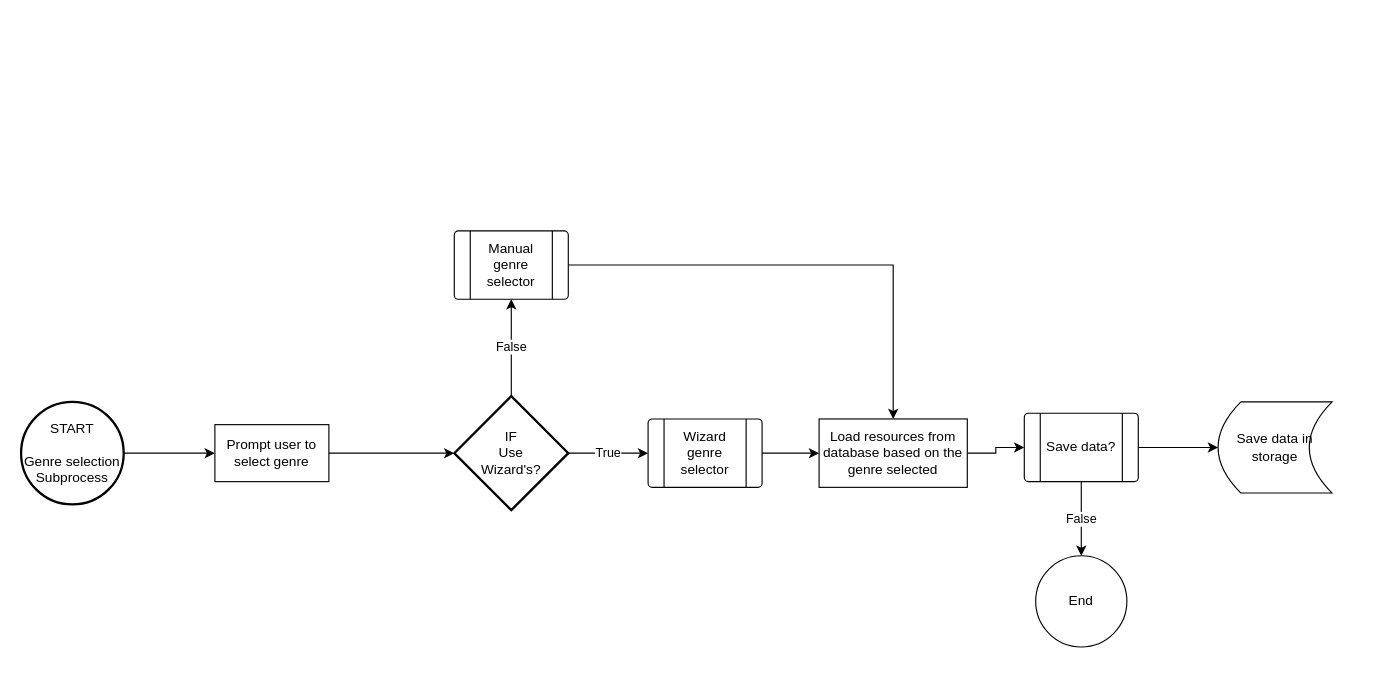
This is Phase2/Flowcharts/modgodToolset/ModGod/GenreCreationSubprocess.drawio from RPG-Research/bcirpg, a draw.io file, before an edit. Source tidied: cells renumbered, new cells numbered last; positions are measured from the earlier drawing's top-left corner, leaving out a move shared by most shapes. Both pictures are drawn from the tidied source at 114%, with x=0, y=0 at pixel (21, 230).
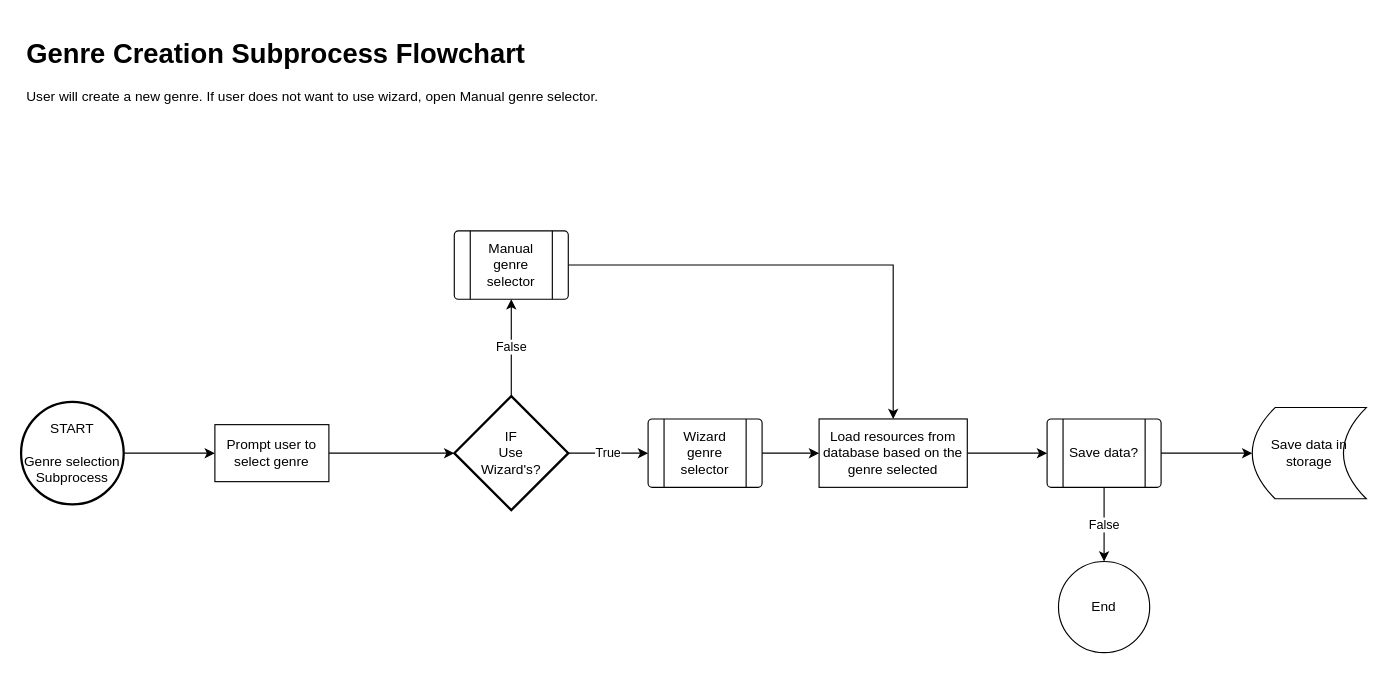
After the change.

The change refers to these unchanged cells:
```xml
<mxCell id="19" value="Load resources from database based on the genre selected" style="rounded=0;whiteSpace=wrap;html=1;" parent="1" vertex="1">
  <mxGeometry x="700" y="165" width="130" height="60" as="geometry" />
</mxCell>
```

Change to the diagram source:
```diff
@@
+    <mxCell id="14" value="False" style="edgeStyle=orthogonalEdgeStyle;rounded=0;jettySize=auto;html=1;entryX=0.5;entryY=0;entryDx=0;entryDy=0;" parent="1" edge="1" source="15" target="17">
+      <mxGeometry relative="1" as="geometry" />
+    </mxCell>
-    <mxCell id="13" style="edgeStyle=orthogonalEdgeStyle;rounded=0;jettySize=auto;html=1;" parent="1" edge="1" source="15" target="16">
+    <mxCell id="13" style="edgeStyle=orthogonalEdgeStyle;rounded=0;jettySize=auto;html=1;entryX=0;entryY=0.5;entryDx=0;entryDy=0;" parent="1" edge="1" source="15" target="16">
       <mxGeometry relative="1" as="geometry" />
     </mxCell>
-    <mxCell id="14" value="False" style="edgeStyle=orthogonalEdgeStyle;rounded=0;jettySize=auto;html=1;entryX=0.5;entryY=0;entryDx=0;entryDy=0;" parent="1" edge="1" source="15" target="17">
-      <mxGeometry relative="1" as="geometry" />
-    </mxCell>
     <mxCell id="15" value="Save data?" style="verticalLabelPosition=middle;verticalAlign=middle;html=1;shape=process;whiteSpace=wrap;rounded=1;size=0.14;arcSize=6;labelPosition=center;align=center;" parent="1" vertex="1">
-      <mxGeometry x="880" y="160" width="100" height="60" as="geometry" />
+      <mxGeometry x="900" y="165" width="100" height="60" as="geometry" />
     </mxCell>
     <mxCell id="16" value="Save data in&lt;br&gt;storage" style="shape=dataStorage;whiteSpace=wrap;html=1;fixedSize=1;" parent="1" vertex="1">
-      <mxGeometry x="1050" y="150" width="100" height="80" as="geometry" />
+      <mxGeometry x="1080" y="155" width="100" height="80" as="geometry" />
     </mxCell>
     <mxCell id="17" value="End" style="ellipse;whiteSpace=wrap;html=1;" parent="1" vertex="1">
-      <mxGeometry x="890" y="285" width="80" height="80" as="geometry" />
+      <mxGeometry x="910" y="290" width="80" height="80" as="geometry" />
     </mxCell>
-    <mxCell id="18" style="edgeStyle=orthogonalEdgeStyle;rounded=0;jettySize=auto;html=1;" parent="1" edge="1" source="19" target="15">
+    <mxCell id="18" style="edgeStyle=orthogonalEdgeStyle;rounded=0;jettySize=auto;html=1;entryX=0;entryY=0.5;entryDx=0;entryDy=0;" parent="1" edge="1" source="19" target="15">
       <mxGeometry relative="1" as="geometry" />
     </mxCell>
@@
+    <mxCell id="20" value="&lt;h1&gt;Genre Creation Subprocess Flowchart&lt;/h1&gt;&lt;p&gt;User will create a new genre. If user does not want to use wizard, open Manual genre selector.&lt;/p&gt;" style="text;html=1;strokeColor=none;fillColor=none;spacing=5;spacingTop=-20;whiteSpace=wrap;overflow=hidden;rounded=0;" parent="1" vertex="1">
+      <mxGeometry y="-175" width="830" height="120" as="geometry" />
+    </mxCell>
```
